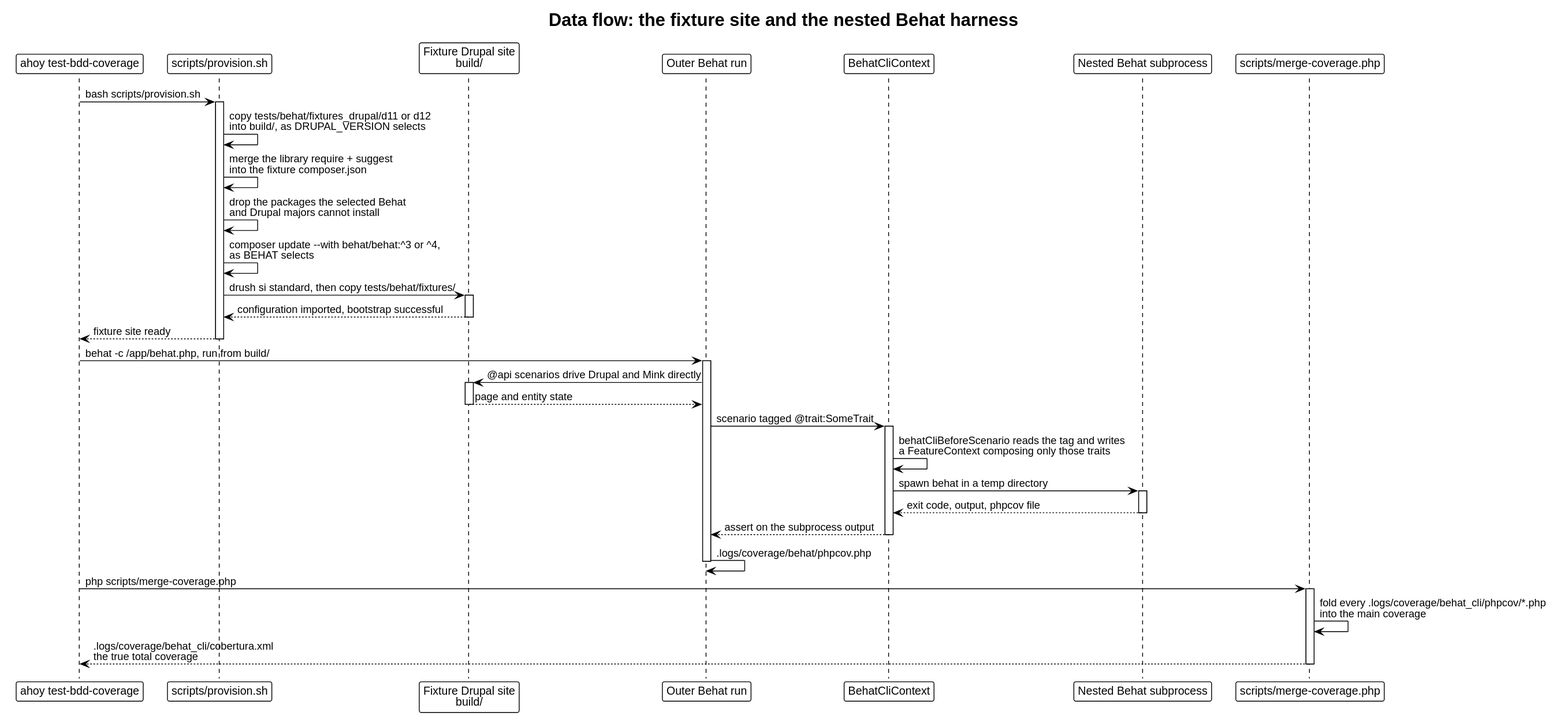
Before: docs/architecture/dataflow-tests.svg, a diagram exported from PlantUML (drevops/behat-steps).
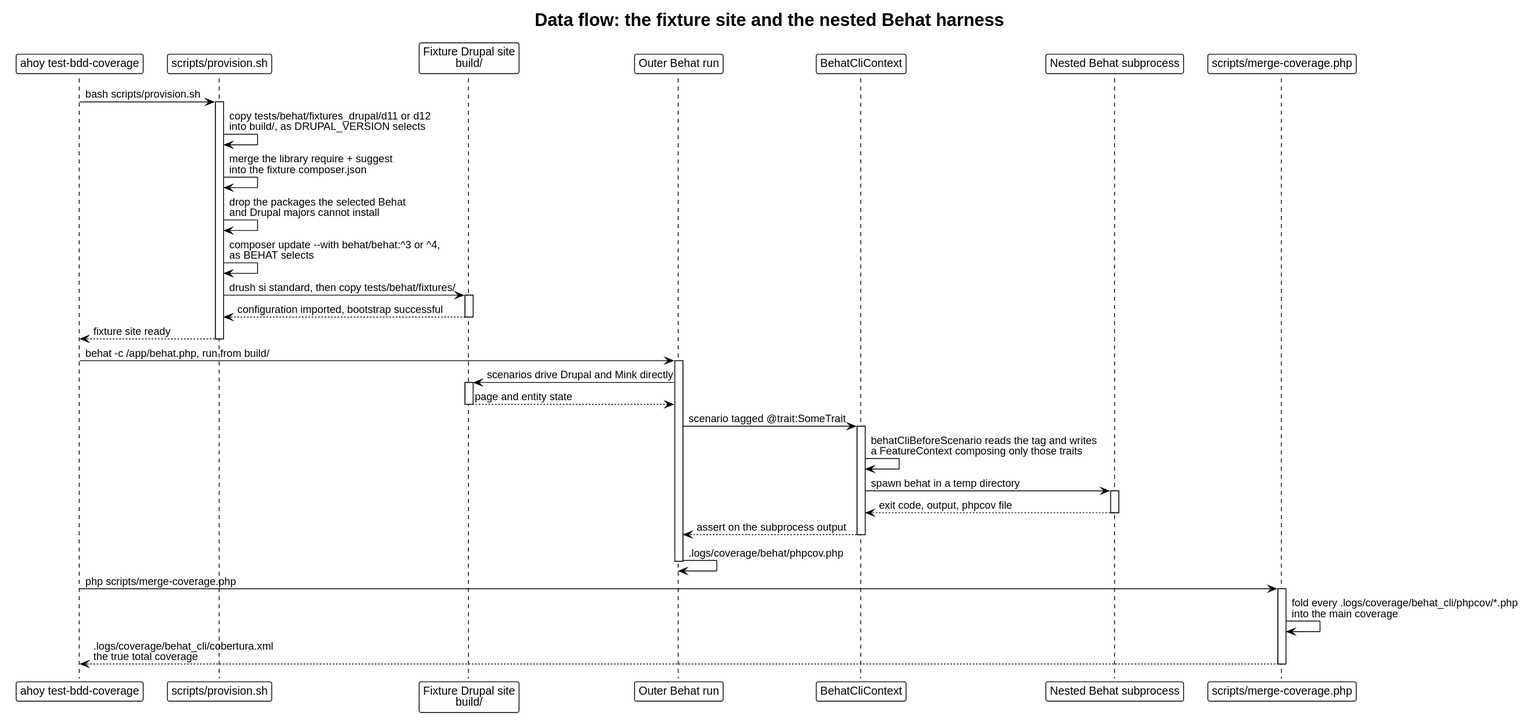
After the commit.

Change to the diagram source:
```diff
@@ -29,7 +29,7 @@
 Dev -> Behat: behat -c /app/behat.php, run from build/
 activate Behat
 
-Behat -> Site: @api scenarios drive Drupal and Mink directly
+Behat -> Site: scenarios drive Drupal and Mink directly
 activate Site
 Site --> Behat: page and entity state
 deactivate Site
```
